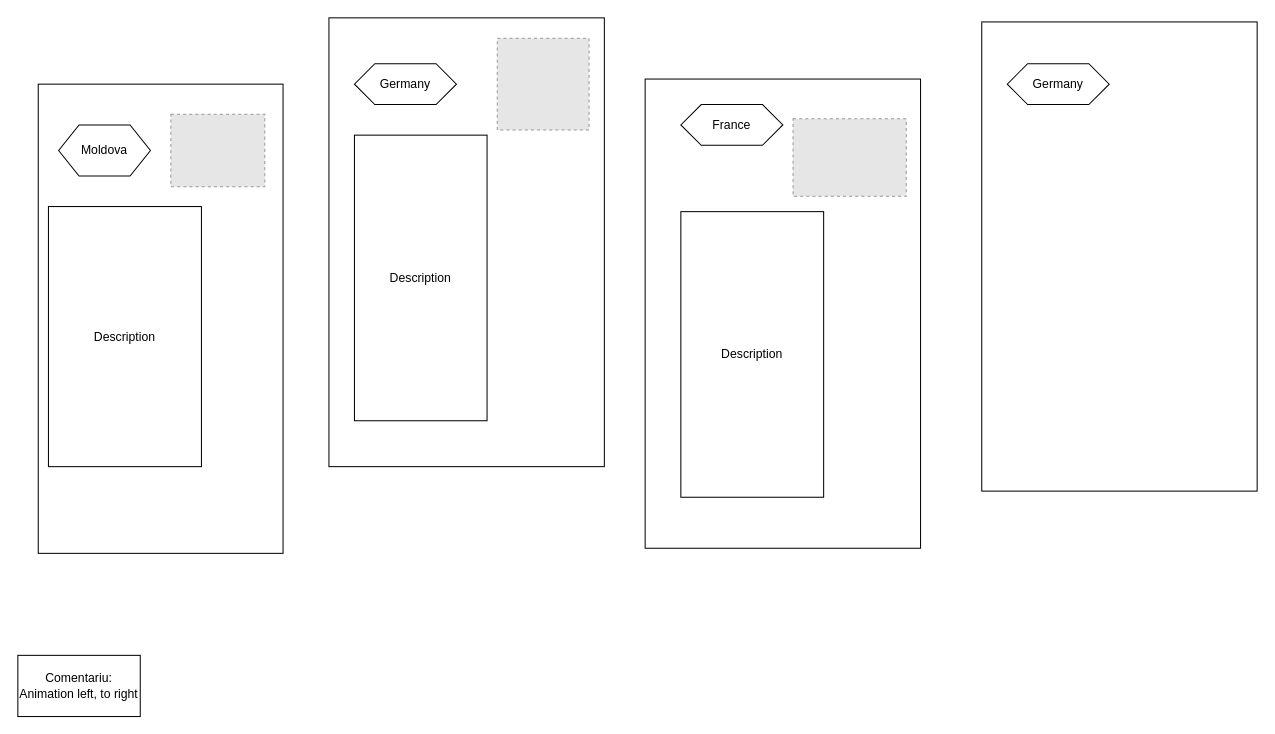
The draw.io diagram page "Country" (2 of 3) of Site1/Untitled Diagram.drawio in SmoleacMihai/ProgramareWeb, before the edit. Source tidied: cells renumbered, new cells numbered last; positions are measured from the earlier drawing's top-left corner, leaving out a move shared by most shapes. Both pictures are drawn from the tidied source at 102%, with x=0, y=0 at pixel (-74, 38). Pictures stored in the file or linked from it are replaced by grey dashed boxes.
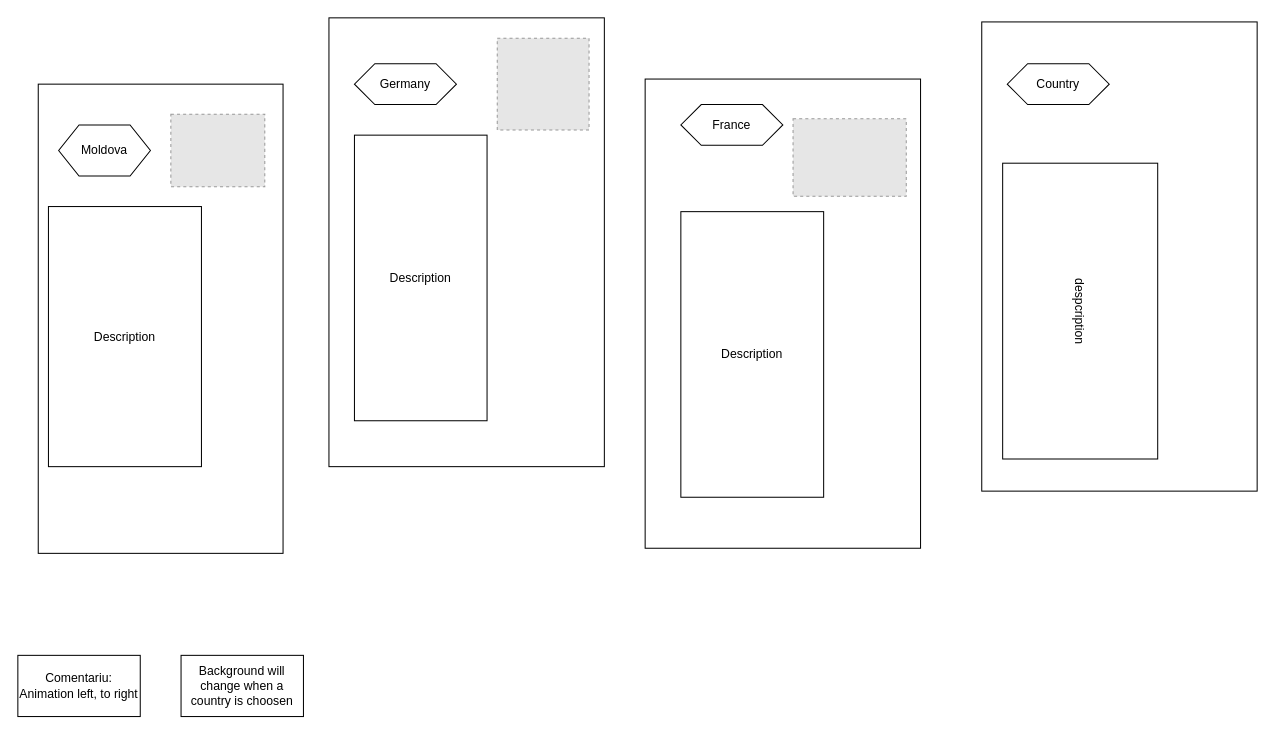
The same diagram, later.

Diff of the diagram source:
```diff
@@
 <mxGraphModel>
   <root>
     <mxCell id="0" />
     <mxCell id="1" parent="0" />
     <mxCell id="2" style="rounded=0;whiteSpace=wrap;html=1;sketch=0;rotation=-90;" parent="1" vertex="1">
       <mxGeometry y="155" width="460" height="240" as="geometry" />
     </mxCell>
     <mxCell id="3" style="rounded=0;whiteSpace=wrap;html=1;sketch=0;rotation=90;" parent="1" vertex="1">
       <mxGeometry x="310" y="65" width="440" height="270" as="geometry" />
     </mxCell>
     <mxCell id="4" value="Comentariu: Animation left, to right" style="rounded=0;whiteSpace=wrap;html=1;sketch=0;" parent="1" vertex="1">
       <mxGeometry x="90" y="605" width="120" height="60" as="geometry" />
     </mxCell>
     <mxCell id="5" value="Moldova" style="shape=hexagon;perimeter=hexagonPerimeter2;whiteSpace=wrap;html=1;fixedSize=1;rounded=0;sketch=0;" parent="1" vertex="1">
       <mxGeometry x="130" y="85" width="90" height="50" as="geometry" />
     </mxCell>
     <mxCell id="6" value="Germany" style="shape=hexagon;perimeter=hexagonPerimeter2;whiteSpace=wrap;html=1;fixedSize=1;rounded=0;sketch=0;" parent="1" vertex="1">
       <mxGeometry x="420" y="25" width="100" height="40" as="geometry" />
     </mxCell>
     <mxCell id="7" value="Description" style="rounded=0;whiteSpace=wrap;html=1;sketch=0;" parent="1" vertex="1">
       <mxGeometry x="420" y="95" width="130" height="280" as="geometry" />
     </mxCell>
     <mxCell id="8" style="rounded=0;whiteSpace=wrap;html=1;sketch=0;rotation=90;" parent="1" vertex="1">
       <mxGeometry x="610" y="135" width="460" height="270" as="geometry" />
     </mxCell>
     <mxCell id="9" value="France" style="shape=hexagon;perimeter=hexagonPerimeter2;whiteSpace=wrap;html=1;fixedSize=1;rounded=0;sketch=0;" parent="1" vertex="1">
       <mxGeometry x="740" y="65" width="100" height="40" as="geometry" />
     </mxCell>
     <mxCell id="10" value="Description" style="rounded=0;whiteSpace=wrap;html=1;sketch=0;" parent="1" vertex="1">
       <mxGeometry x="740" y="170" width="140" height="280" as="geometry" />
     </mxCell>
     <mxCell id="11" style="fillColor=#E6E6E6;strokeColor=#999999;dashed=1;verticalLabelPosition=bottom;verticalAlign=top;" parent="1" vertex="1">
       <mxGeometry x="240" y="74.5" width="92.1" height="71" as="geometry" />
     </mxCell>
     <mxCell id="12" value="Description" style="rounded=0;whiteSpace=wrap;html=1;sketch=0;" parent="1" vertex="1">
       <mxGeometry x="120" y="165" width="150" height="255" as="geometry" />
     </mxCell>
     <mxCell id="13" style="fillColor=#E6E6E6;strokeColor=#999999;dashed=1;verticalLabelPosition=bottom;verticalAlign=top;" parent="1" vertex="1">
       <mxGeometry x="560" width="90" height="90" as="geometry" />
     </mxCell>
     <mxCell id="14" style="fillColor=#E6E6E6;strokeColor=#999999;dashed=1;verticalLabelPosition=bottom;verticalAlign=top;" parent="1" vertex="1">
       <mxGeometry x="850" y="79" width="111" height="76" as="geometry" />
     </mxCell>
     <mxCell id="15" style="rounded=0;whiteSpace=wrap;html=1;sketch=0;rotation=90;" parent="1" vertex="1">
       <mxGeometry x="940" y="79" width="460" height="270" as="geometry" />
     </mxCell>
-    <mxCell id="16" value="Germany" style="shape=hexagon;perimeter=hexagonPerimeter2;whiteSpace=wrap;html=1;fixedSize=1;rounded=0;sketch=0;" parent="1" vertex="1">
+    <mxCell id="16" value="Country" style="shape=hexagon;perimeter=hexagonPerimeter2;whiteSpace=wrap;html=1;fixedSize=1;rounded=0;sketch=0;" parent="1" vertex="1">
       <mxGeometry x="1060" y="25" width="100" height="40" as="geometry" />
     </mxCell>
+    <mxCell id="17" value="Background will change when a country is choosen" style="rounded=0;whiteSpace=wrap;html=1;" parent="1" vertex="1">
+      <mxGeometry x="250" y="605" width="120" height="60" as="geometry" />
+    </mxCell>
+    <mxCell id="18" value="despcription" style="rounded=0;whiteSpace=wrap;html=1;rotation=90;" parent="1" vertex="1">
+      <mxGeometry x="986.5" y="191.5" width="290" height="152" as="geometry" />
+    </mxCell>
   </root>
 </mxGraphModel>
```
